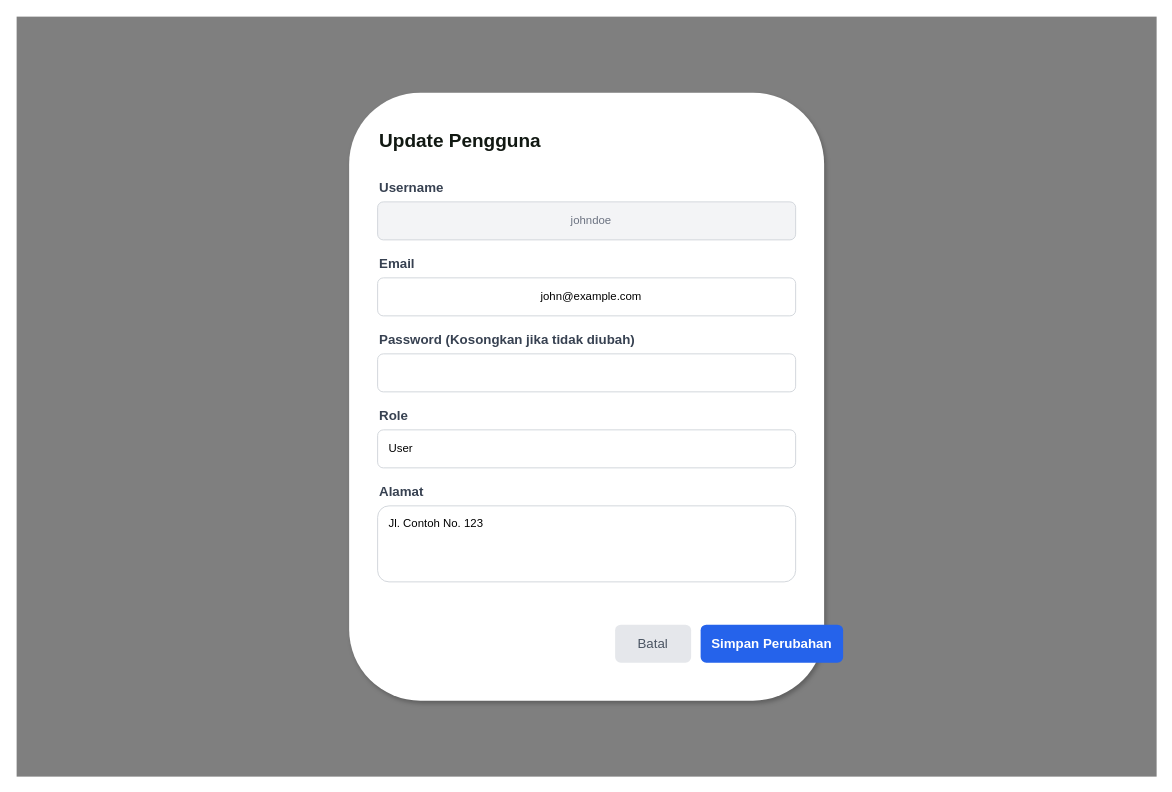
Before: diagram/desain/admin-update-user.drawio in RajaSunrise/kangkungku, a draw.io diagram. Source tidied: cells renumbered, new cells numbered last; positions are measured from the earlier drawing's top-left corner, leaving out a move shared by most shapes. Both pictures are drawn from the tidied source at 95%, with x=0, y=0 at pixel (16, 16).
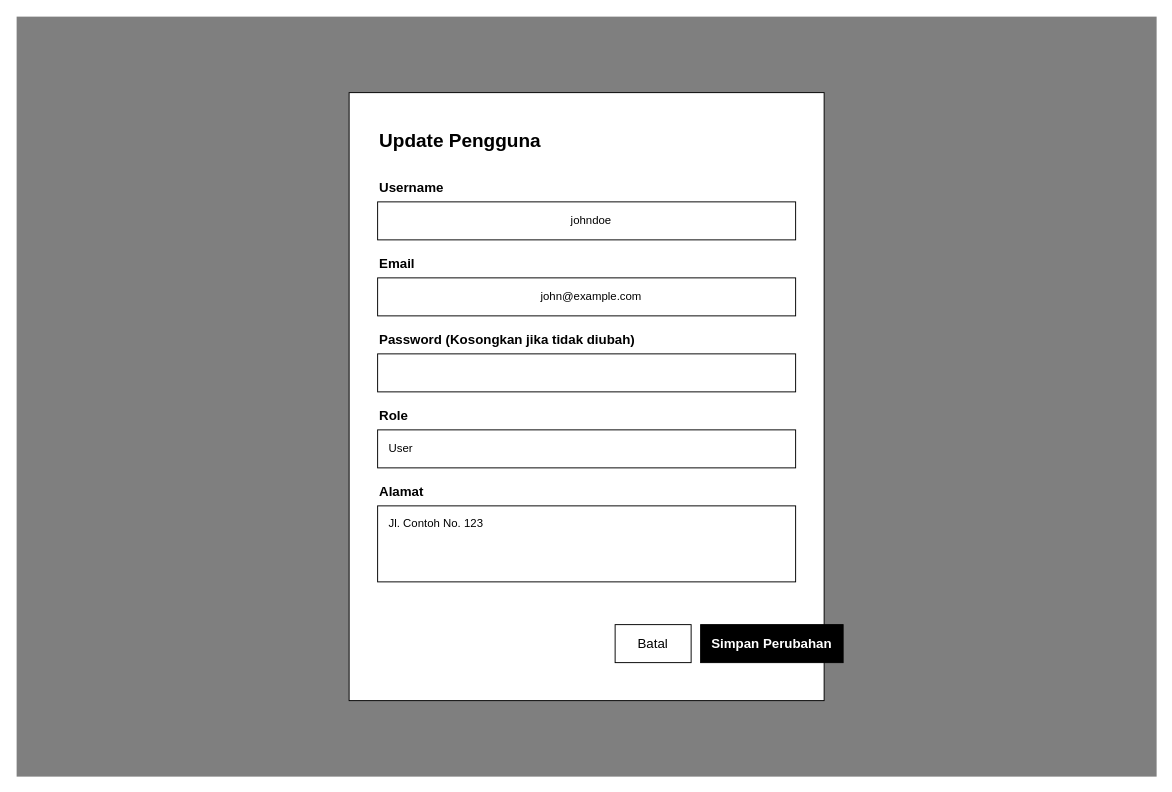
The same page after the edit.

The edit, as a diff of the source:
```diff
@@
 <mxGraphModel>
   <root>
     <mxCell id="0" />
     <mxCell id="1" parent="0" />
     <mxCell id="2" style="rounded=0;whiteSpace=wrap;html=1;fillColor=#000000;fillOpacity=50;strokeColor=none;" parent="1" vertex="1">
       <mxGeometry width="1200" height="800" as="geometry" />
     </mxCell>
-    <mxCell id="3" style="rounded=1;whiteSpace=wrap;html=1;fillColor=#FFFFFF;strokeColor=none;shadow=1;" parent="1" vertex="1">
+    <mxCell id="3" style="rounded=0;whiteSpace=wrap;html=1;fillColor=#FFFFFF;strokeColor=#000000;" parent="1" vertex="1">
       <mxGeometry x="350" y="80" width="500" height="640" as="geometry" />
     </mxCell>
-    <mxCell id="4" value="Update Pengguna" style="text;html=1;strokeColor=none;fillColor=none;align=left;verticalAlign=middle;whiteSpace=wrap;rounded=0;fontColor=#111812;fontSize=20;fontStyle=1;" parent="1" vertex="1">
+    <mxCell id="4" value="Update Pengguna" style="text;html=1;strokeColor=none;fillColor=none;align=left;verticalAlign=middle;whiteSpace=wrap;rounded=0;fontColor=#000000;fontSize=20;fontStyle=1;" parent="1" vertex="1">
       <mxGeometry x="380" y="110" width="300" height="40" as="geometry" />
     </mxCell>
-    <mxCell id="5" value="Username" style="text;html=1;strokeColor=none;fillColor=none;align=left;verticalAlign=middle;whiteSpace=wrap;rounded=0;fontColor=#374151;fontSize=14;fontStyle=1;" parent="1" vertex="1">
+    <mxCell id="5" value="Username" style="text;html=1;strokeColor=none;fillColor=none;align=left;verticalAlign=middle;whiteSpace=wrap;rounded=0;fontColor=#000000;fontSize=14;fontStyle=1;" parent="1" vertex="1">
       <mxGeometry x="380" y="170" width="150" height="20" as="geometry" />
     </mxCell>
-    <mxCell id="6" value="johndoe" style="rounded=1;whiteSpace=wrap;html=1;fillColor=#F3F4F6;strokeColor=#D1D5DB;fontColor=#6B7280;spacingLeft=10;" parent="1" vertex="1">
+    <mxCell id="6" value="johndoe" style="rounded=0;whiteSpace=wrap;html=1;fillColor=#FFFFFF;strokeColor=#000000;fontColor=#000000;spacingLeft=10;" parent="1" vertex="1">
       <mxGeometry x="380" y="195" width="440" height="40" as="geometry" />
     </mxCell>
-    <mxCell id="7" value="Email" style="text;html=1;strokeColor=none;fillColor=none;align=left;verticalAlign=middle;whiteSpace=wrap;rounded=0;fontColor=#374151;fontSize=14;fontStyle=1;" parent="1" vertex="1">
+    <mxCell id="7" value="Email" style="text;html=1;strokeColor=none;fillColor=none;align=left;verticalAlign=middle;whiteSpace=wrap;rounded=0;fontColor=#000000;fontSize=14;fontStyle=1;" parent="1" vertex="1">
       <mxGeometry x="380" y="250" width="150" height="20" as="geometry" />
     </mxCell>
-    <mxCell id="8" value="john@example.com" style="rounded=1;whiteSpace=wrap;html=1;fillColor=#FFFFFF;strokeColor=#D1D5DB;spacingLeft=10;" parent="1" vertex="1">
+    <mxCell id="8" value="john@example.com" style="rounded=0;whiteSpace=wrap;html=1;fillColor=#FFFFFF;strokeColor=#000000;spacingLeft=10;" parent="1" vertex="1">
       <mxGeometry x="380" y="275" width="440" height="40" as="geometry" />
     </mxCell>
-    <mxCell id="9" value="Password (Kosongkan jika tidak diubah)" style="text;html=1;strokeColor=none;fillColor=none;align=left;verticalAlign=middle;whiteSpace=wrap;rounded=0;fontColor=#374151;fontSize=14;fontStyle=1;" parent="1" vertex="1">
+    <mxCell id="9" value="Password (Kosongkan jika tidak diubah)" style="text;html=1;strokeColor=none;fillColor=none;align=left;verticalAlign=middle;whiteSpace=wrap;rounded=0;fontColor=#000000;fontSize=14;fontStyle=1;" parent="1" vertex="1">
       <mxGeometry x="380" y="330" width="300" height="20" as="geometry" />
     </mxCell>
-    <mxCell id="10" style="rounded=1;whiteSpace=wrap;html=1;fillColor=#FFFFFF;strokeColor=#D1D5DB;" parent="1" vertex="1">
+    <mxCell id="10" style="rounded=0;whiteSpace=wrap;html=1;fillColor=#FFFFFF;strokeColor=#000000;" parent="1" vertex="1">
       <mxGeometry x="380" y="355" width="440" height="40" as="geometry" />
     </mxCell>
-    <mxCell id="11" value="Role" style="text;html=1;strokeColor=none;fillColor=none;align=left;verticalAlign=middle;whiteSpace=wrap;rounded=0;fontColor=#374151;fontSize=14;fontStyle=1;" parent="1" vertex="1">
+    <mxCell id="11" value="Role" style="text;html=1;strokeColor=none;fillColor=none;align=left;verticalAlign=middle;whiteSpace=wrap;rounded=0;fontColor=#000000;fontSize=14;fontStyle=1;" parent="1" vertex="1">
       <mxGeometry x="380" y="410" width="150" height="20" as="geometry" />
     </mxCell>
-    <mxCell id="12" value="User" style="rounded=1;whiteSpace=wrap;html=1;fillColor=#FFFFFF;strokeColor=#D1D5DB;align=left;spacingLeft=10;" parent="1" vertex="1">
+    <mxCell id="12" value="User" style="rounded=0;whiteSpace=wrap;html=1;fillColor=#FFFFFF;strokeColor=#000000;align=left;spacingLeft=10;" parent="1" vertex="1">
       <mxGeometry x="380" y="435" width="440" height="40" as="geometry" />
     </mxCell>
-    <mxCell id="13" value="Alamat" style="text;html=1;strokeColor=none;fillColor=none;align=left;verticalAlign=middle;whiteSpace=wrap;rounded=0;fontColor=#374151;fontSize=14;fontStyle=1;" parent="1" vertex="1">
+    <mxCell id="13" value="Alamat" style="text;html=1;strokeColor=none;fillColor=none;align=left;verticalAlign=middle;whiteSpace=wrap;rounded=0;fontColor=#000000;fontSize=14;fontStyle=1;" parent="1" vertex="1">
       <mxGeometry x="380" y="490" width="150" height="20" as="geometry" />
     </mxCell>
-    <mxCell id="14" value="Jl. Contoh No. 123" style="rounded=1;whiteSpace=wrap;html=1;fillColor=#FFFFFF;strokeColor=#D1D5DB;align=left;spacingLeft=10;verticalAlign=top;spacingTop=5;" parent="1" vertex="1">
+    <mxCell id="14" value="Jl. Contoh No. 123" style="rounded=0;whiteSpace=wrap;html=1;fillColor=#FFFFFF;strokeColor=#000000;align=left;spacingLeft=10;verticalAlign=top;spacingTop=5;" parent="1" vertex="1">
       <mxGeometry x="380" y="515" width="440" height="80" as="geometry" />
     </mxCell>
-    <mxCell id="15" value="Batal" style="rounded=1;whiteSpace=wrap;html=1;fillColor=#E5E7EB;strokeColor=none;fontColor=#4B5563;fontSize=14;" parent="1" vertex="1">
+    <mxCell id="15" value="Batal" style="rounded=0;whiteSpace=wrap;html=1;fillColor=#FFFFFF;strokeColor=#000000;fontColor=#000000;fontSize=14;" parent="1" vertex="1">
       <mxGeometry x="630" y="640" width="80" height="40" as="geometry" />
     </mxCell>
-    <mxCell id="16" value="Simpan Perubahan" style="rounded=1;whiteSpace=wrap;html=1;fillColor=#2563EB;strokeColor=none;fontColor=#FFFFFF;fontStyle=1;fontSize=14;" parent="1" vertex="1">
+    <mxCell id="16" value="Simpan Perubahan" style="rounded=0;whiteSpace=wrap;html=1;fillColor=#000000;strokeColor=#000000;fontColor=#FFFFFF;fontStyle=1;fontSize=14;" parent="1" vertex="1">
       <mxGeometry x="720" y="640" width="150" height="40" as="geometry" />
     </mxCell>
   </root>
 </mxGraphModel>
```
